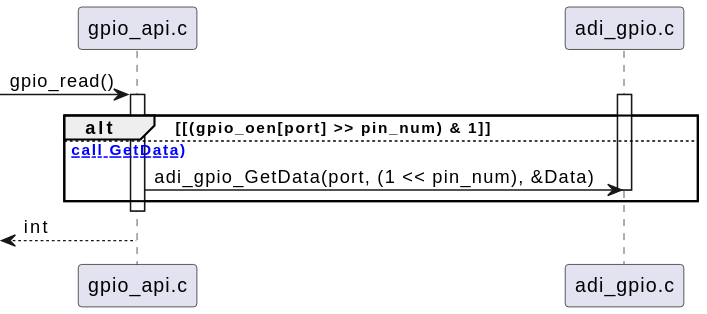
Earlier version of the PlantUML export ai-design/sequence/gpio_read.svg (Bhagyani08/test_project).
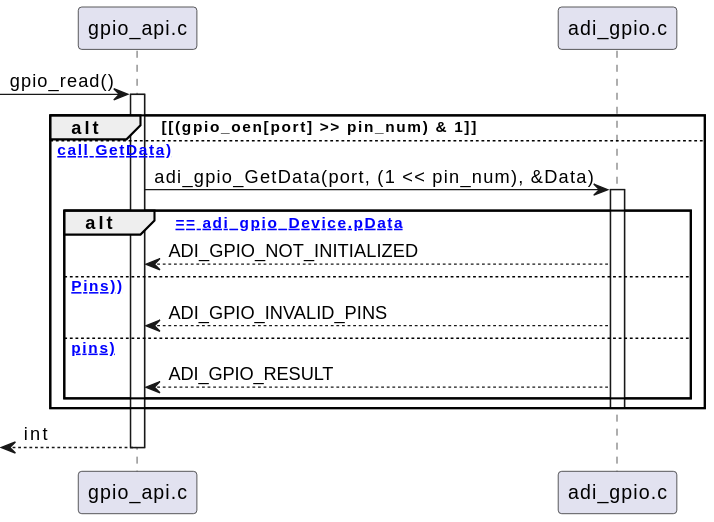
The same diagram one commit later.

Commit message:
Auto-update AI design diagrams

The edit, as a diff of the source:
```diff
@@ -3,16 +3,21 @@
 participant "adi_gpio.c" as adi_gpio_c
 
 [-> gpio_api_c : gpio_read()
-
 activate gpio_api_c
 alt [(gpio_oen[port] >> pin_num) & 1]
 else [(otherwise call GetData)]
+    gpio_api_c -> adi_gpio_c : adi_gpio_GetData(port, (1 << pin_num), &Data)
     activate adi_gpio_c
-    gpio_api_c -> adi_gpio_c : adi_gpio_GetData(port, (1 << pin_num), &Data)
+alt [NULL == adi_gpio_Device.pData]
+        adi_gpio_c --> gpio_api_c : ADI_GPIO_NOT_INITIALIZED
+else [(!ArePinsValid(Port, Pins))]
+        adi_gpio_c --> gpio_api_c : ADI_GPIO_INVALID_PINS
+else [(valid pins)]
+        adi_gpio_c --> gpio_api_c : ADI_GPIO_RESULT
+    end
     deactivate adi_gpio_c
 end
 
+[<-- gpio_api_c : int
 deactivate gpio_api_c
-
-[<-- gpio_api_c : int
 @enduml
```
